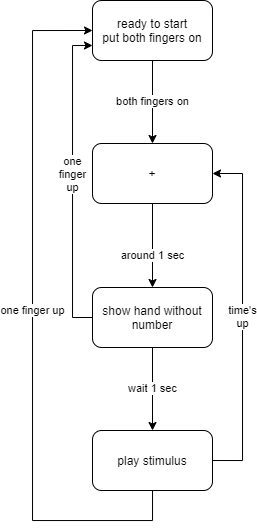
This is Docs/Motor test flow.png from BeAnotherLab/The-Machine-to-be-Another-Unity, a draw.io export, as it was before one commit. Source tidied: cells renumbered, new cells last; positions are measured from the earlier drawing's top-left corner, leaving out a move shared by most shapes. Its diagram source:
```xml
<mxGraphModel>
  <root>
    <mxCell id="0" />
    <mxCell id="1" parent="0" />
    <mxCell id="2" value="both fingers on" style="edgeStyle=orthogonalEdgeStyle;rounded=0;jettySize=auto;html=1;" parent="1" edge="1" source="3" target="5">
      <mxGeometry relative="1" as="geometry" />
    </mxCell>
    <mxCell id="3" value="ready to start&lt;br&gt;put both fingers on" style="rounded=1;whiteSpace=wrap;html=1;" parent="1" vertex="1">
      <mxGeometry x="60" width="120" height="60" as="geometry" />
    </mxCell>
    <mxCell id="4" value="around 1 sec" style="edgeStyle=orthogonalEdgeStyle;rounded=0;jettySize=auto;html=1;" parent="1" edge="1" source="5" target="8">
      <mxGeometry x="0.25" relative="1" as="geometry" />
    </mxCell>
    <mxCell id="5" value="+" style="rounded=1;whiteSpace=wrap;html=1;" parent="1" vertex="1">
      <mxGeometry x="60" y="143" width="120" height="60" as="geometry" />
    </mxCell>
    <mxCell id="6" value="wait 1 sec" style="edgeStyle=orthogonalEdgeStyle;rounded=0;jettySize=auto;html=1;" parent="1" edge="1" source="8" target="11">
      <mxGeometry relative="1" as="geometry" />
    </mxCell>
    <mxCell id="7" value="one&lt;br&gt;finger&lt;br&gt;up" style="edgeStyle=orthogonalEdgeStyle;rounded=0;jettySize=auto;html=1;exitX=0;exitY=0.5;exitDx=0;exitDy=0;entryX=0;entryY=0.75;entryDx=0;entryDy=0;" parent="1" edge="1" source="8" target="3">
      <mxGeometry x="0.05" relative="1" as="geometry" />
    </mxCell>
    <mxCell id="8" value="show hand without number" style="rounded=1;whiteSpace=wrap;html=1;" parent="1" vertex="1">
      <mxGeometry x="60" y="287" width="120" height="60" as="geometry" />
    </mxCell>
    <mxCell id="9" value="one finger up" style="edgeStyle=orthogonalEdgeStyle;rounded=0;jettySize=auto;html=1;entryX=0;entryY=0.5;entryDx=0;entryDy=0;" parent="1" edge="1" source="11" target="3">
      <mxGeometry x="0.03" relative="1" as="geometry">
        <Array as="points">
          <mxPoint x="120" y="520" />
          <mxPoint y="520" />
          <mxPoint y="30" />
        </Array>
      </mxGeometry>
    </mxCell>
    <mxCell id="10" value="time's&lt;br&gt;up" style="edgeStyle=orthogonalEdgeStyle;rounded=0;jettySize=auto;html=1;exitX=1;exitY=0.5;exitDx=0;exitDy=0;entryX=1;entryY=0.5;entryDx=0;entryDy=0;" parent="1" edge="1" source="11" target="5">
      <mxGeometry relative="1" as="geometry">
        <Array as="points">
          <mxPoint x="210" y="460" />
          <mxPoint x="210" y="173" />
        </Array>
      </mxGeometry>
    </mxCell>
    <mxCell id="11" value="play stimulus" style="rounded=1;whiteSpace=wrap;html=1;" parent="1" vertex="1">
      <mxGeometry x="60" y="430" width="120" height="60" as="geometry" />
    </mxCell>
  </root>
</mxGraphModel>
```
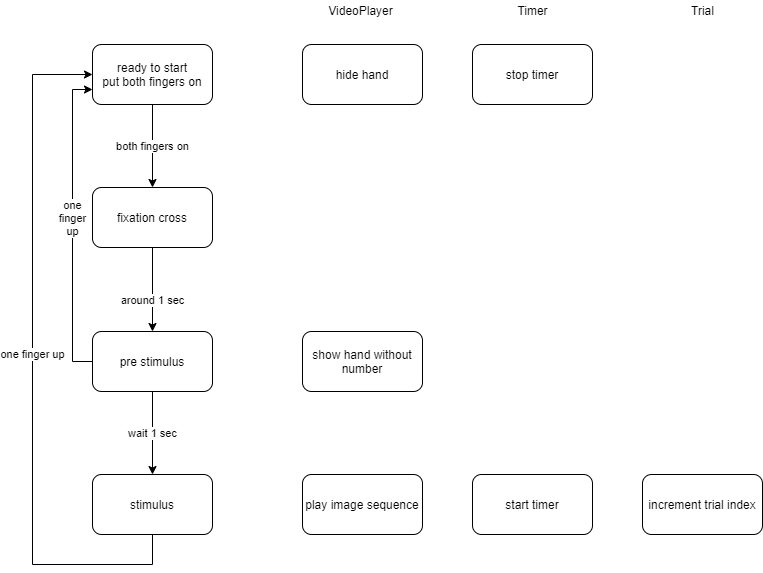
After the commit.

Commit message:
fix motor test flow. show message at end. retry if finger was lifted befor stimulus

What changed in the source:
```diff
@@ -11,7 +11,7 @@
     <mxCell id="4" value="around 1 sec" style="edgeStyle=orthogonalEdgeStyle;rounded=0;jettySize=auto;html=1;" parent="1" edge="1" source="5" target="8">
       <mxGeometry x="0.25" relative="1" as="geometry" />
     </mxCell>
-    <mxCell id="5" value="+" style="rounded=1;whiteSpace=wrap;html=1;" parent="1" vertex="1">
+    <mxCell id="5" value="fixation cross" style="rounded=1;whiteSpace=wrap;html=1;" parent="1" vertex="1">
       <mxGeometry x="60" y="143" width="120" height="60" as="geometry" />
     </mxCell>
     <mxCell id="6" value="wait 1 sec" style="edgeStyle=orthogonalEdgeStyle;rounded=0;jettySize=auto;html=1;" parent="1" edge="1" source="8" target="11">
@@ -20,7 +20,7 @@
     <mxCell id="7" value="one&lt;br&gt;finger&lt;br&gt;up" style="edgeStyle=orthogonalEdgeStyle;rounded=0;jettySize=auto;html=1;exitX=0;exitY=0.5;exitDx=0;exitDy=0;entryX=0;entryY=0.75;entryDx=0;entryDy=0;" parent="1" edge="1" source="8" target="3">
       <mxGeometry x="0.05" relative="1" as="geometry" />
     </mxCell>
-    <mxCell id="8" value="show hand without number" style="rounded=1;whiteSpace=wrap;html=1;" parent="1" vertex="1">
+    <mxCell id="8" value="pre stimulus" style="rounded=1;whiteSpace=wrap;html=1;" parent="1" vertex="1">
       <mxGeometry x="60" y="287" width="120" height="60" as="geometry" />
     </mxCell>
     <mxCell id="9" value="one finger up" style="edgeStyle=orthogonalEdgeStyle;rounded=0;jettySize=auto;html=1;entryX=0;entryY=0.5;entryDx=0;entryDy=0;" parent="1" edge="1" source="11" target="3">
@@ -32,16 +32,35 @@
         </Array>
       </mxGeometry>
     </mxCell>
-    <mxCell id="10" value="time's&lt;br&gt;up" style="edgeStyle=orthogonalEdgeStyle;rounded=0;jettySize=auto;html=1;exitX=1;exitY=0.5;exitDx=0;exitDy=0;entryX=1;entryY=0.5;entryDx=0;entryDy=0;" parent="1" edge="1" source="11" target="5">
-      <mxGeometry relative="1" as="geometry">
-        <Array as="points">
-          <mxPoint x="210" y="460" />
-          <mxPoint x="210" y="173" />
-        </Array>
-      </mxGeometry>
-    </mxCell>
-    <mxCell id="11" value="play stimulus" style="rounded=1;whiteSpace=wrap;html=1;" parent="1" vertex="1">
+    <mxCell id="11" value="stimulus" style="rounded=1;whiteSpace=wrap;html=1;" parent="1" vertex="1">
       <mxGeometry x="60" y="430" width="120" height="60" as="geometry" />
     </mxCell>
+    <mxCell id="12" value="VideoPlayer" style="text;html=1;align=center;verticalAlign=middle;" parent="1" vertex="1">
+      <mxGeometry x="288" y="-44" width="80" height="20" as="geometry" />
+    </mxCell>
+    <mxCell id="13" value="Timer" style="text;html=1;align=center;verticalAlign=middle;" parent="1" vertex="1">
+      <mxGeometry x="475" y="-44" width="50" height="20" as="geometry" />
+    </mxCell>
+    <mxCell id="14" value="hide hand" style="rounded=1;whiteSpace=wrap;html=1;" parent="1" vertex="1">
+      <mxGeometry x="270" width="120" height="60" as="geometry" />
+    </mxCell>
+    <mxCell id="15" value="show hand without&lt;br&gt;number" style="rounded=1;whiteSpace=wrap;html=1;" parent="1" vertex="1">
+      <mxGeometry x="270" y="287" width="120" height="60" as="geometry" />
+    </mxCell>
+    <mxCell id="16" value="play image sequence" style="rounded=1;whiteSpace=wrap;html=1;" parent="1" vertex="1">
+      <mxGeometry x="270" y="430" width="120" height="60" as="geometry" />
+    </mxCell>
+    <mxCell id="17" value="stop timer" style="rounded=1;whiteSpace=wrap;html=1;" parent="1" vertex="1">
+      <mxGeometry x="440" width="120" height="60" as="geometry" />
+    </mxCell>
+    <mxCell id="18" value="start timer" style="rounded=1;whiteSpace=wrap;html=1;" parent="1" vertex="1">
+      <mxGeometry x="440" y="430" width="120" height="60" as="geometry" />
+    </mxCell>
+    <mxCell id="19" value="increment trial index" style="rounded=1;whiteSpace=wrap;html=1;" parent="1" vertex="1">
+      <mxGeometry x="610" y="430" width="120" height="60" as="geometry" />
+    </mxCell>
+    <mxCell id="20" value="Trial" style="text;html=1;align=center;verticalAlign=middle;" parent="1" vertex="1">
+      <mxGeometry x="650" y="-44" width="40" height="20" as="geometry" />
+    </mxCell>
   </root>
 </mxGraphModel>
```
